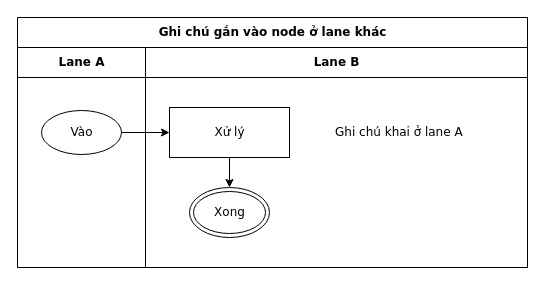
The draw.io diagram conformance/golden/cases/81-warn-attach-other-lane.drawio in luytbq/flowcast, before the edit. Source tidied: cells renumbered, new cells numbered last; positions are measured from the earlier drawing's top-left corner, leaving out a move shared by most shapes. Both pictures are drawn from the tidied source at 100%, with x=0, y=0 at pixel (17, 17).
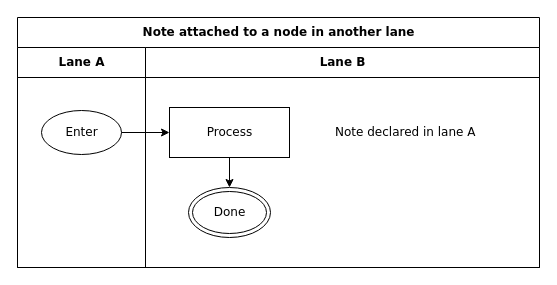
The same diagram, later.

Diff of the diagram source:
```diff
@@
 <mxGraphModel>
   <root>
     <mxCell id="0" />
     <mxCell id="1" parent="0" />
-    <mxCell id="2" value="Ghi chú gắn vào node ở lane khác" style="swimlane;html=1;startSize=30;fontStyle=1;fontFamily=Verdana;fontSize=12;flowtable=1;" parent="1" vertex="1">
-      <mxGeometry width="510" height="250" as="geometry" />
+    <mxCell id="2" value="Note attached to a node in another lane" style="swimlane;html=1;startSize=30;fontStyle=1;fontFamily=Verdana;fontSize=12;flowtable=1;" parent="1" vertex="1">
+      <mxGeometry width="522" height="250" as="geometry" />
     </mxCell>
     <mxCell id="3" value="Lane A" style="swimlane;html=1;startSize=30;fontFamily=Verdana;fontSize=12;flowtable=1;" parent="2" vertex="1">
       <mxGeometry y="30" width="128" height="220" as="geometry" />
     </mxCell>
     <mxCell id="4" value="Lane B" style="swimlane;html=1;startSize=30;fontFamily=Verdana;fontSize=12;flowtable=1;" parent="2" vertex="1">
-      <mxGeometry x="128" y="30" width="382" height="220" as="geometry" />
+      <mxGeometry x="128" y="30" width="394" height="220" as="geometry" />
     </mxCell>
-    <mxCell id="5" value="Vào" style="ellipse;html=1;fontFamily=Verdana;fontSize=12;flowtable=1;" parent="3" vertex="1">
+    <mxCell id="5" value="Enter" style="ellipse;html=1;fontFamily=Verdana;fontSize=12;flowtable=1;" parent="3" vertex="1">
       <mxGeometry x="24" y="63" width="80" height="44" as="geometry" />
     </mxCell>
-    <mxCell id="6" value="Xử lý" style="rounded=0;html=1;fontFamily=Verdana;fontSize=12;flowtable=1;" parent="4" vertex="1">
+    <mxCell id="6" value="Process" style="rounded=0;html=1;fontFamily=Verdana;fontSize=12;flowtable=1;" parent="4" vertex="1">
       <mxGeometry x="24" y="60" width="120" height="50" as="geometry" />
     </mxCell>
-    <mxCell id="7" value="Ghi chú khai ở lane A" style="text;html=1;align=left;verticalAlign=middle;spacingLeft=4;fontFamily=Verdana;fontSize=12;flowtable=1;" parent="4" vertex="1">
-      <mxGeometry x="184" y="71" width="150" height="28" as="geometry" />
+    <mxCell id="7" value="Note declared in lane A" style="text;html=1;align=left;verticalAlign=middle;spacingLeft=4;fontFamily=Verdana;fontSize=12;flowtable=1;" parent="4" vertex="1">
+      <mxGeometry x="184" y="71" width="162" height="28" as="geometry" />
     </mxCell>
-    <mxCell id="8" value="Xong" style="shape=doubleEllipse;html=1;fontFamily=Verdana;fontSize=12;flowtable=1;" parent="4" vertex="1">
-      <mxGeometry x="44" y="140" width="80" height="50" as="geometry" />
+    <mxCell id="8" value="Done" style="shape=doubleEllipse;html=1;fontFamily=Verdana;fontSize=12;flowtable=1;" parent="4" vertex="1">
+      <mxGeometry x="43" y="140" width="82" height="50" as="geometry" />
     </mxCell>
     <mxCell id="9" style="edgeStyle=orthogonalEdgeStyle;rounded=0;jettySize=auto;html=1;labelBackgroundColor=default;exitX=1;exitY=0.5;exitDx=0;exitDy=0;entryX=0;entryY=0.5;entryDx=0;entryDy=0;fontFamily=Verdana;fontSize=12;flowtable=1;" parent="2" edge="1" source="5" target="6">
       <mxGeometry relative="1" as="geometry" />
     </mxCell>
     <mxCell id="10" style="edgeStyle=orthogonalEdgeStyle;rounded=0;jettySize=auto;html=1;labelBackgroundColor=default;exitX=0.5;exitY=1;exitDx=0;exitDy=0;entryX=0.5;entryY=0;entryDx=0;entryDy=0;fontFamily=Verdana;fontSize=12;flowtable=1;" parent="2" edge="1" source="6" target="8">
       <mxGeometry relative="1" as="geometry" />
     </mxCell>
   </root>
 </mxGraphModel>
```
